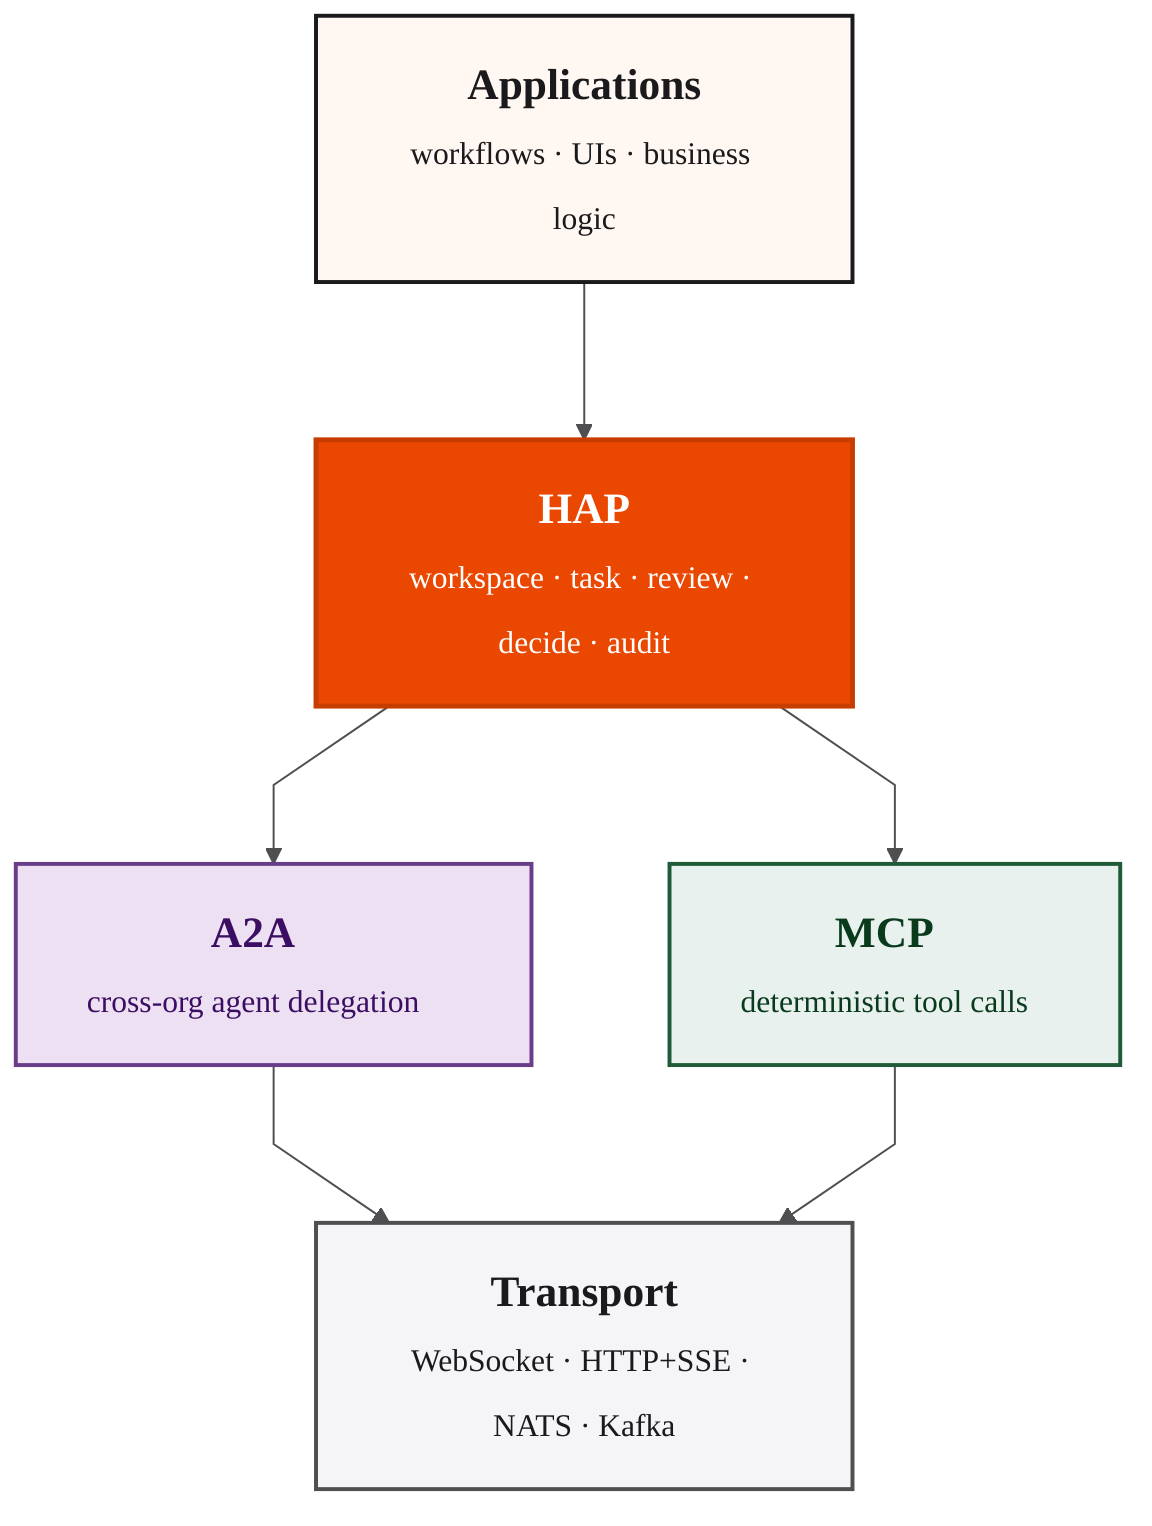
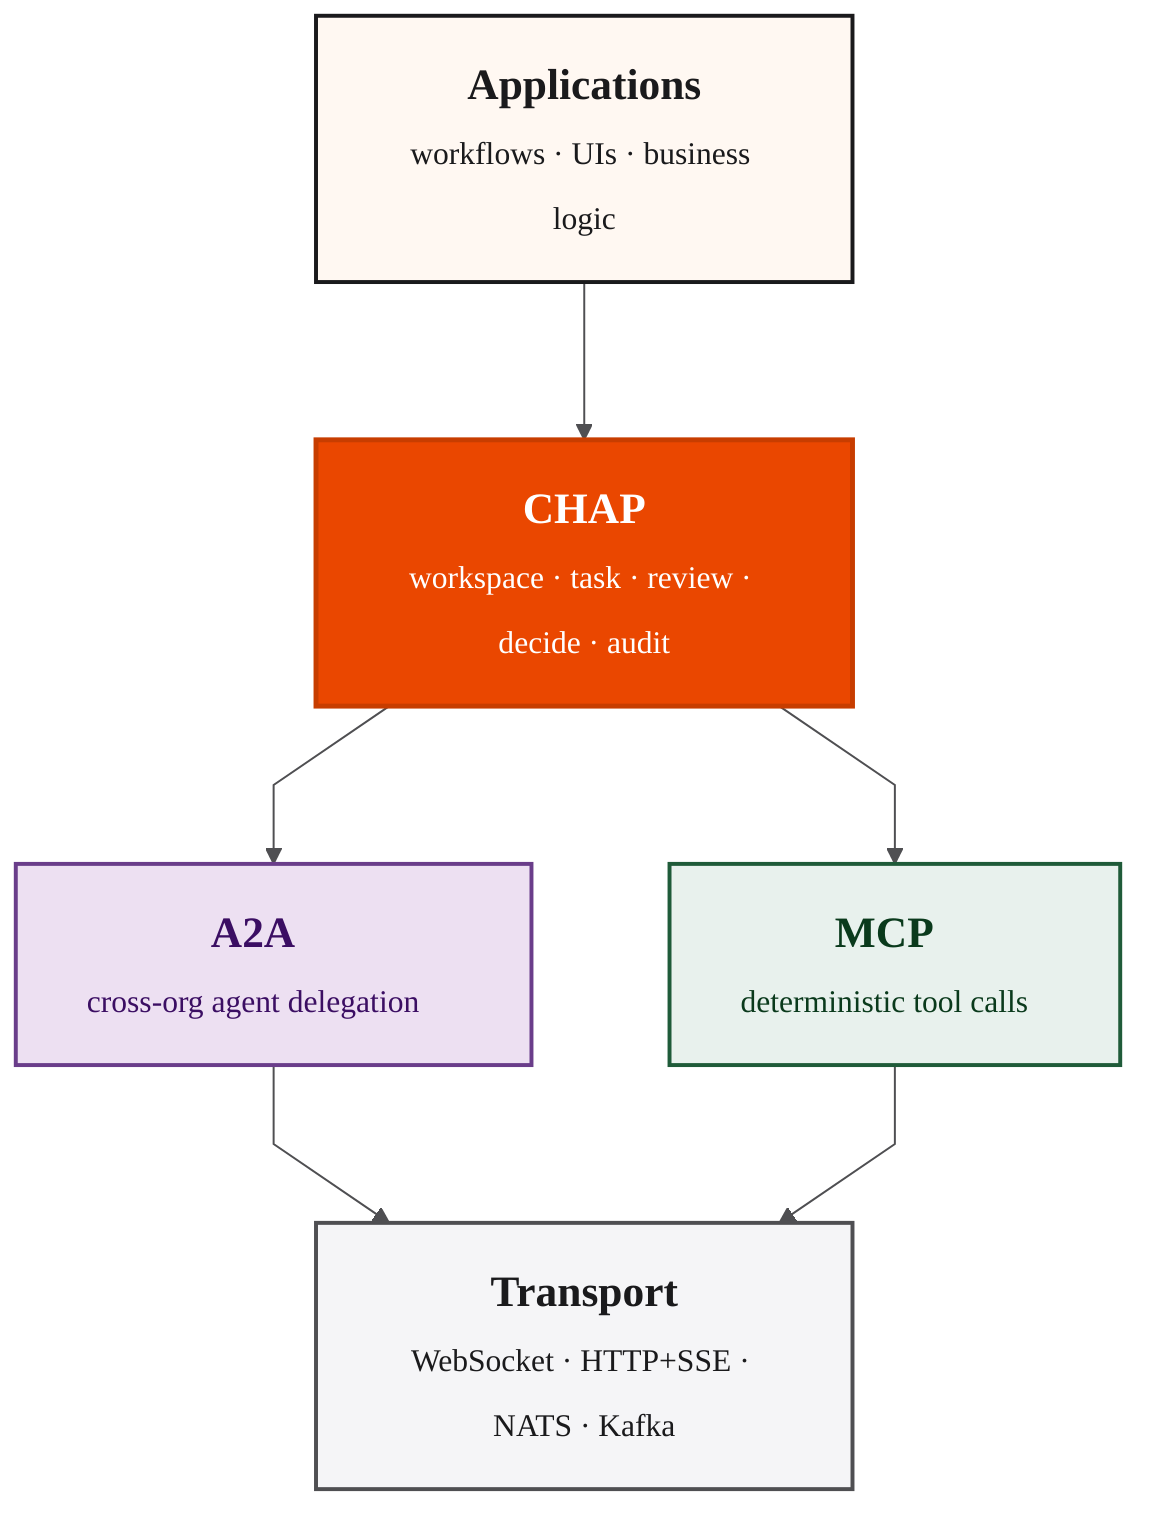
%%{init: {
  "theme": "base",
  "themeVariables": {
    "fontSize": "22px",
    "fontFamily": "Arial, Helvetica, sans-serif",
    "primaryColor": "#ffffff",
    "primaryTextColor": "#1a1a1c",
    "primaryBorderColor": "#1a1a1c",
    "lineColor": "#4f4f52"
  },
  "flowchart": { "curve": "linear", "nodeSpacing": 70, "rankSpacing": 80, "padding": 18 }
}}%%
flowchart TB
    Apps["<b>Applications</b><br/><span style='font-size:16px;color:#4f4f52'>workflows · UIs · business logic</span>"]
-     HAP["<b>HAP</b><br/><span style='font-size:16px'>workspace · task · review · decide · audit</span>"]
+     CHAP["<b>CHAP</b><br/><span style='font-size:16px'>workspace · task · review · decide · audit</span>"]
    A2A["<b>A2A</b><br/><span style='font-size:16px'>cross-org agent delegation</span>"]
    MCP["<b>MCP</b><br/><span style='font-size:16px'>deterministic tool calls</span>"]
    Trans["<b>Transport</b><br/><span style='font-size:16px;color:#4f4f52'>WebSocket · HTTP+SSE · NATS · Kafka</span>"]

-     Apps --> HAP
-     HAP  --> A2A
-     HAP  --> MCP
+     Apps --> CHAP
+     CHAP  --> A2A
+     CHAP  --> MCP
    A2A  --> Trans
    MCP  --> Trans

    classDef app   fill:#FFF8F2,stroke:#1a1a1c,color:#1a1a1c,stroke-width:2px
-     classDef hap   fill:#EA4700,stroke:#C73D00,color:#ffffff,stroke-width:2.5px
+     classDef chap   fill:#EA4700,stroke:#C73D00,color:#ffffff,stroke-width:2.5px
    classDef a2a   fill:#EDE0F2,stroke:#6a3d8a,color:#3b0e63,stroke-width:2px
    classDef mcp   fill:#E8F1ED,stroke:#1f5b39,color:#0a3a1c,stroke-width:2px
    classDef trans fill:#f5f5f7,stroke:#4f4f52,color:#1a1a1c,stroke-width:2px

    class Apps app
-     class HAP hap
+     class CHAP chap
    class A2A a2a
    class MCP mcp
    class Trans trans
